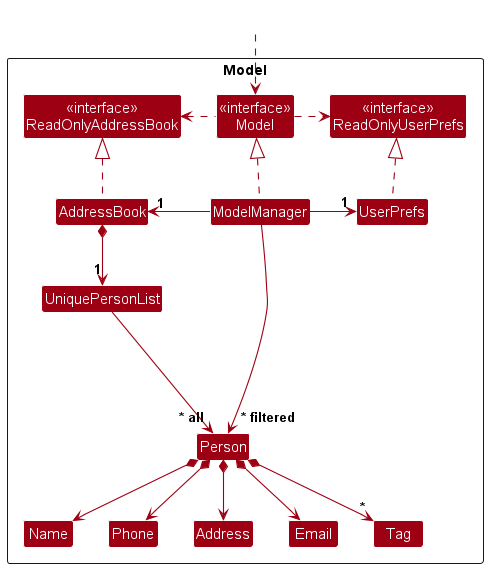
Above: docs/images/ModelClassDiagram.png in nus-cs2103-AY2425S1/tp (PlantUML), before the change.
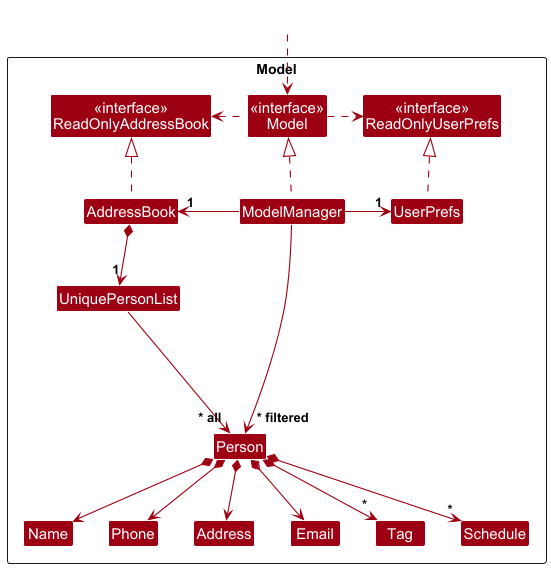
After the commit.

Commit message:
Update UML diagrams

The edit, as a diff of the source:
```diff
@@ -19,6 +19,7 @@
 Class Name
 Class Phone
 Class Tag
+Class Schedule
 
 Class I #FFFFFF
 }
@@ -42,6 +43,7 @@
 Person *--> Email
 Person *--> Address
 Person *--> "*" Tag
+Person *--> "*" Schedule
 
 Person -[hidden]up--> I
 UniquePersonList -[hidden]right-> I
```
